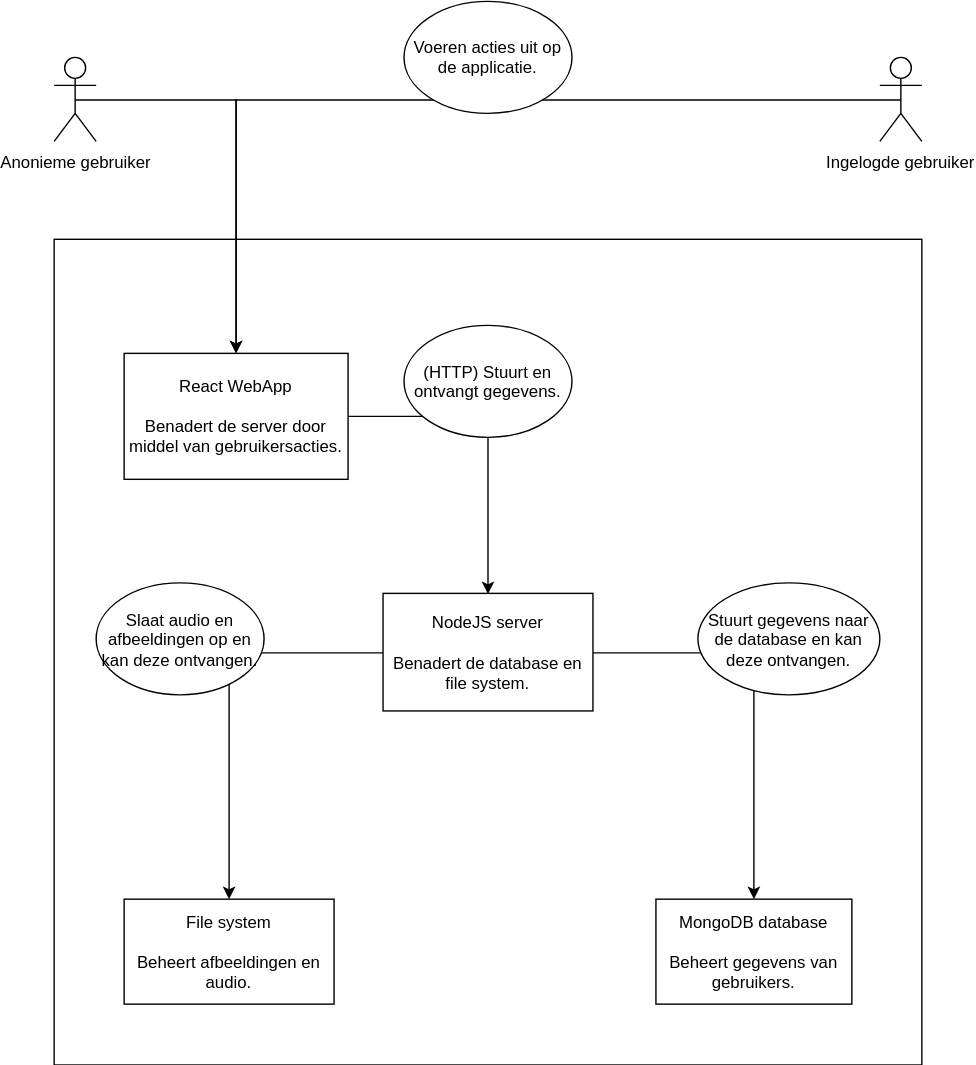
Above: Documentatie/C4 model - Apprend Container.svg in JorisNijkamp1/Apprend (draw.io), before the change. Source tidied: cells renumbered, new cells last; positions are measured from the earlier drawing's top-left corner, leaving out a move shared by most shapes.
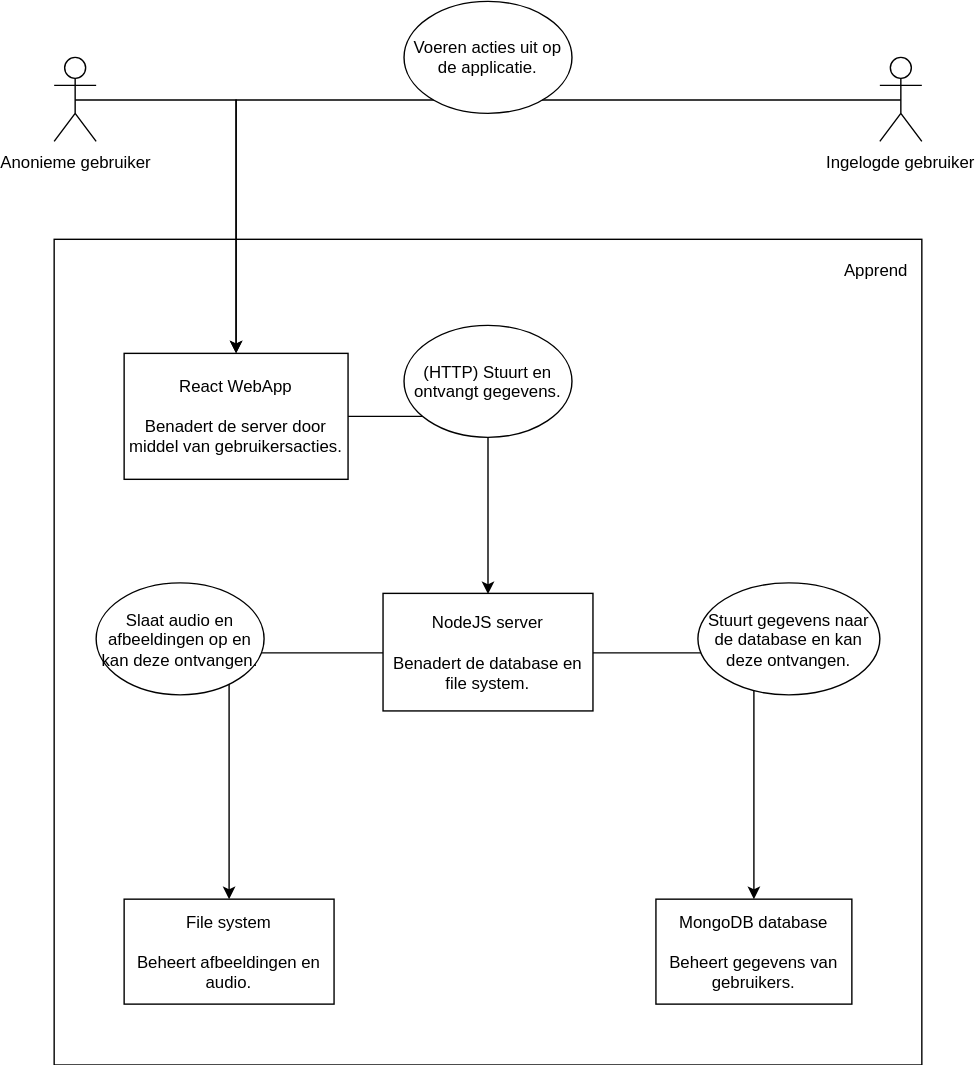
Later version of the same file.

What changed in the source:
```diff
@@ -50,5 +50,8 @@
     <mxCell id="17" value="(HTTP) Stuurt en ontvangt gegevens." style="ellipse;whiteSpace=wrap;html=1;" parent="1" vertex="1">
       <mxGeometry x="250" y="232" width="120" height="80" as="geometry" />
     </mxCell>
+    <mxCell id="18" value="Apprend" style="text;html=1;strokeColor=none;fillColor=none;align=center;verticalAlign=middle;whiteSpace=wrap;rounded=0;" parent="1" vertex="1">
+      <mxGeometry x="567" y="182" width="40" height="20" as="geometry" />
+    </mxCell>
   </root>
 </mxGraphModel>
```
